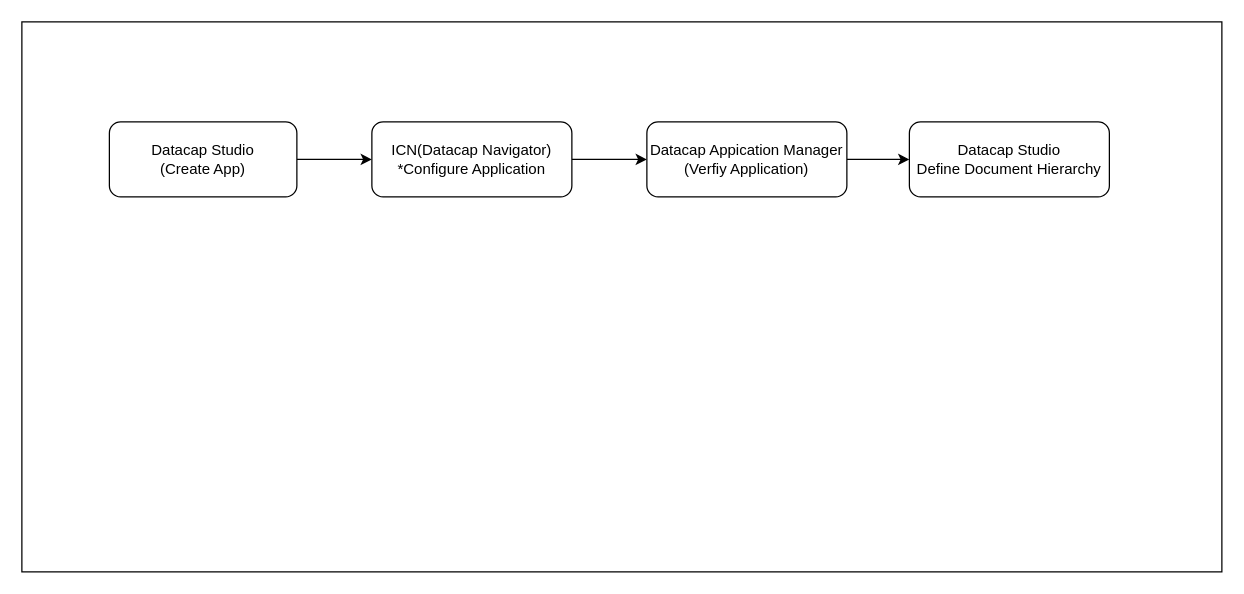
Earlier version of the draw.io diagram datacapflow.drawio (welcomemncube/welcomemncube). Source tidied: cells renumbered, new cells numbered last; positions are measured from the earlier drawing's top-left corner, leaving out a move shared by most shapes. Both pictures are drawn from the tidied source at 125%, with x=0, y=0 at pixel (21, 21).
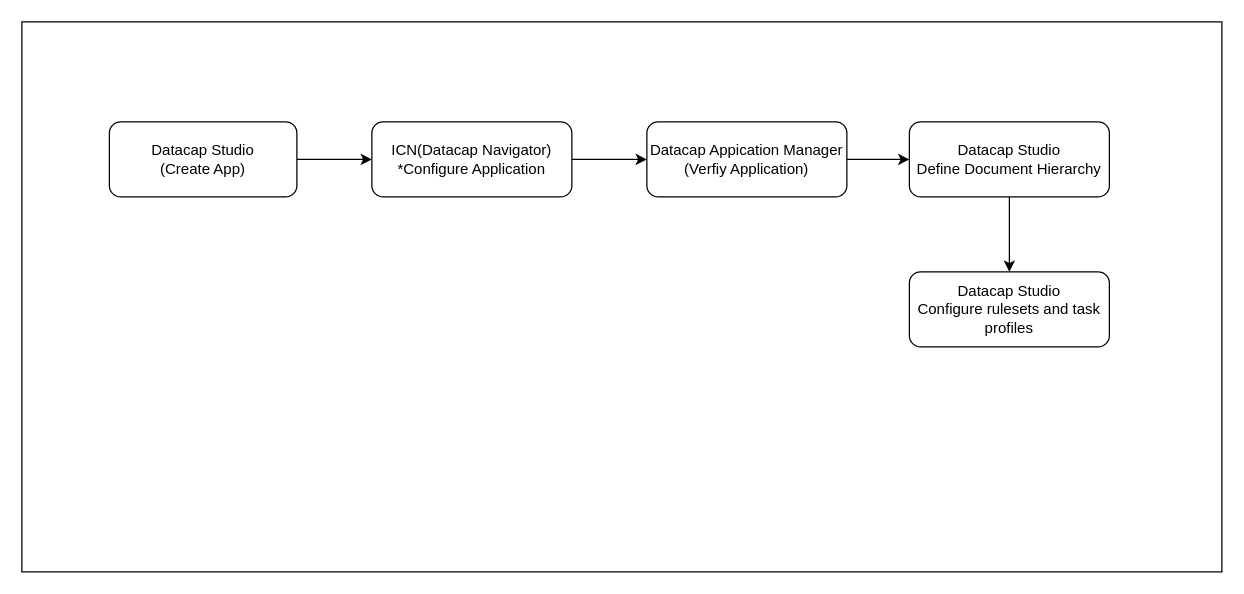
After the change.

What changed in the source:
```diff
@@
 <mxGraphModel>
   <root>
     <mxCell id="0" />
     <mxCell id="1" parent="0" />
     <mxCell id="2" style="rounded=0;whiteSpace=wrap;html=1;" parent="1" vertex="1">
       <mxGeometry width="960" height="440" as="geometry" />
     </mxCell>
     <mxCell id="3" style="edgeStyle=orthogonalEdgeStyle;rounded=0;jettySize=auto;html=1;exitX=1;exitY=0.5;exitDx=0;exitDy=0;entryX=0;entryY=0.5;entryDx=0;entryDy=0;" parent="1" edge="1" source="4" target="6">
       <mxGeometry relative="1" as="geometry" />
     </mxCell>
     <mxCell id="4" value="Datacap Studio&lt;br&gt;(Create App)" style="rounded=1;whiteSpace=wrap;html=1;" parent="1" vertex="1">
       <mxGeometry x="70" y="80" width="150" height="60" as="geometry" />
     </mxCell>
     <mxCell id="5" style="edgeStyle=orthogonalEdgeStyle;rounded=0;jettySize=auto;html=1;exitX=1;exitY=0.5;exitDx=0;exitDy=0;entryX=0;entryY=0.5;entryDx=0;entryDy=0;" parent="1" edge="1" source="6" target="8">
       <mxGeometry relative="1" as="geometry" />
     </mxCell>
     <mxCell id="6" value="ICN(Datacap Navigator)&lt;br&gt;*Configure Application" style="rounded=1;whiteSpace=wrap;html=1;" parent="1" vertex="1">
       <mxGeometry x="280" y="80" width="160" height="60" as="geometry" />
     </mxCell>
     <mxCell id="7" style="edgeStyle=orthogonalEdgeStyle;rounded=0;jettySize=auto;html=1;exitX=1;exitY=0.5;exitDx=0;exitDy=0;entryX=0;entryY=0.5;entryDx=0;entryDy=0;" parent="1" edge="1" source="8" target="9">
       <mxGeometry relative="1" as="geometry" />
     </mxCell>
     <mxCell id="8" value="Datacap Appication Manager&lt;br&gt;(Verfiy Application)" style="rounded=1;whiteSpace=wrap;html=1;" parent="1" vertex="1">
       <mxGeometry x="500" y="80" width="160" height="60" as="geometry" />
     </mxCell>
+    <mxCell id="10" style="edgeStyle=orthogonalEdgeStyle;rounded=0;jettySize=auto;html=1;exitX=0.5;exitY=1;exitDx=0;exitDy=0;entryX=0.5;entryY=0;entryDx=0;entryDy=0;" parent="1" edge="1" source="9" target="11">
+      <mxGeometry relative="1" as="geometry" />
+    </mxCell>
     <mxCell id="9" value="Datacap Studio&lt;br&gt;Define Document Hierarchy" style="rounded=1;whiteSpace=wrap;html=1;" parent="1" vertex="1">
       <mxGeometry x="710" y="80" width="160" height="60" as="geometry" />
     </mxCell>
+    <mxCell id="11" value="Datacap Studio&lt;br&gt;Configure rulesets and task profiles" style="rounded=1;whiteSpace=wrap;html=1;" parent="1" vertex="1">
+      <mxGeometry x="710" y="200" width="160" height="60" as="geometry" />
+    </mxCell>
   </root>
 </mxGraphModel>
```
